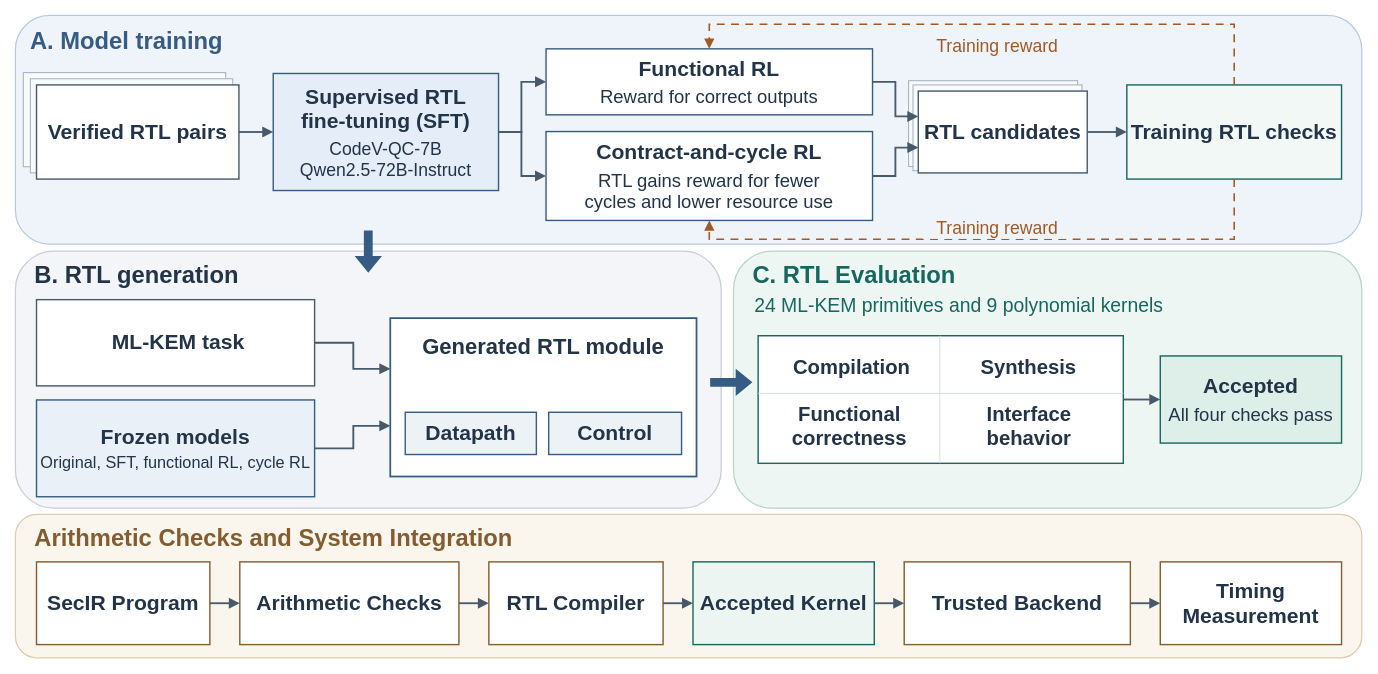
Earlier version of the draw.io diagram all/DAC2026/未命名绘图.drawio (ZKY6662017/iodraw-files). Source tidied: cells renumbered, new cells numbered last; positions are measured from the earlier drawing's top-left corner, leaving out a move shared by most shapes. Both pictures are drawn from the tidied source at 88%, with x=0, y=0 at pixel (15, 15).
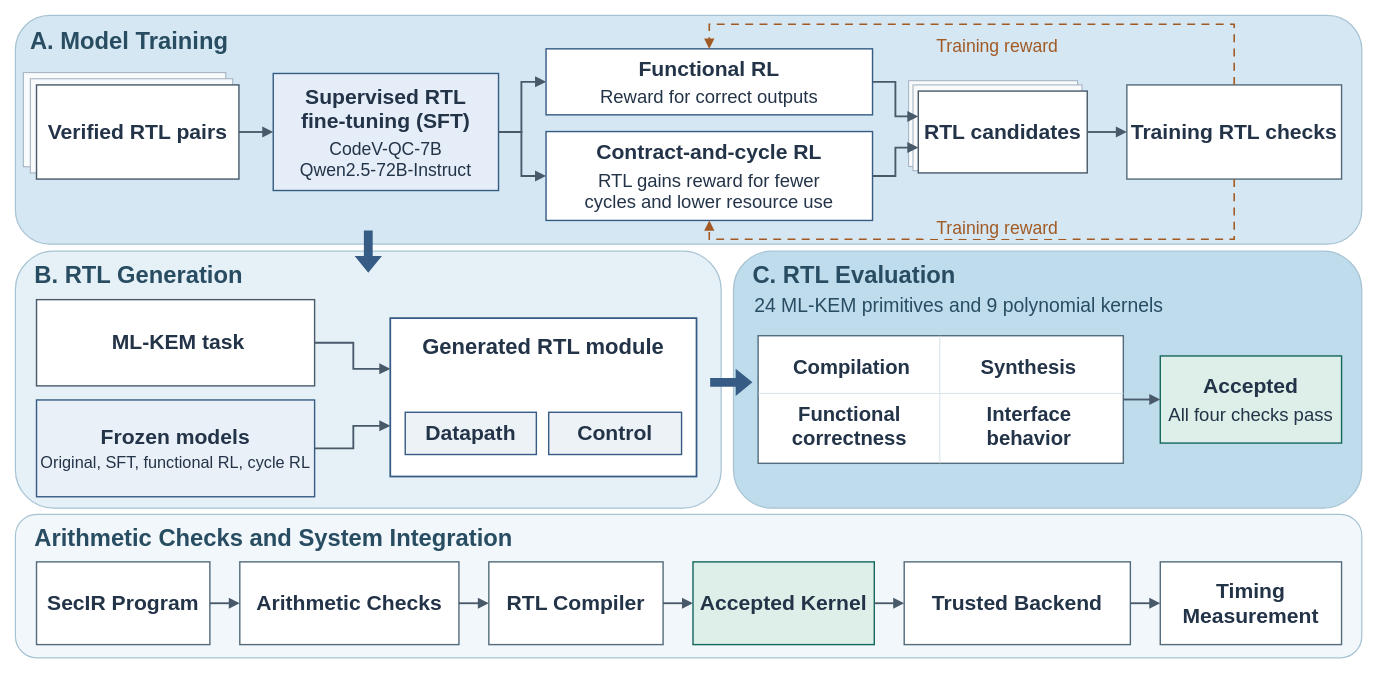
The same page after the edit.

Commit message:
Unify Fig. 2 panel backgrounds and acceptance colors

The edit, as a diff of the source:
```diff
@@
-    <mxCell id="2" style="rounded=1;html=1;whiteSpace=wrap;shadow=0;fontFamily=Arial;fontSize=22;fontColor=#233348;align=center;verticalAlign=middle;spacing=0;fillColor=#FFFFFF;strokeColor=#718395;strokeWidth=1.6;fillColor=#EFF4FA;strokeColor=#B7C9DF;strokeWidth=1.4;roundedPerimeter=1;" parent="1" vertex="1">
+    <mxCell id="2" style="rounded=1;html=1;whiteSpace=wrap;shadow=0;fontFamily=Arial;fontSize=22;fontColor=#233348;align=center;verticalAlign=middle;spacing=0;strokeWidth=1.6;strokeWidth=1.4;roundedPerimeter=1;fillColor=#D4E7F2;strokeColor=#A7C3D3;" parent="1" vertex="1">
       <mxGeometry width="1530" height="260" as="geometry" />
     </mxCell>
-    <mxCell id="3" value="A. Model training" style="rounded=0;html=1;whiteSpace=wrap;shadow=0;fontFamily=Arial;fontSize=22;fontColor=#233348;align=center;verticalAlign=middle;spacing=0;fillColor=#FFFFFF;strokeColor=#718395;strokeWidth=1.6;strokeColor=none;fillColor=none;fontSize=27;fontColor=#365B84;align=left;fontStyle=1;" parent="1" vertex="1">
+    <mxCell id="3" value="A. Model Training" style="rounded=0;html=1;whiteSpace=wrap;shadow=0;fontFamily=Arial;fontSize=22;align=center;verticalAlign=middle;spacing=0;fillColor=#FFFFFF;strokeColor=#718395;strokeWidth=1.6;strokeColor=none;fillColor=none;fontSize=27;align=left;fontStyle=1;fontColor=#284C61;" parent="1" vertex="1">
       <mxGeometry x="17" y="12" width="1486" height="35" as="geometry" />
     </mxCell>
-    <mxCell id="4" style="rounded=1;html=1;whiteSpace=wrap;shadow=0;fontFamily=Arial;fontSize=22;fontColor=#233348;align=center;verticalAlign=middle;spacing=0;fillColor=#FFFFFF;strokeColor=#718395;strokeWidth=1.6;fillColor=#F3F5F8;strokeColor=#C7CED7;strokeWidth=1.4;roundedPerimeter=1;" parent="1" vertex="1">
+    <mxCell id="4" style="rounded=1;html=1;whiteSpace=wrap;shadow=0;fontFamily=Arial;fontSize=22;fontColor=#233348;align=center;verticalAlign=middle;spacing=0;strokeWidth=1.6;strokeWidth=1.4;roundedPerimeter=1;fillColor=#E6F1F7;strokeColor=#A7C3D3;" parent="1" vertex="1">
       <mxGeometry y="268" width="802" height="292" as="geometry" />
     </mxCell>
-    <mxCell id="5" value="B. RTL generation" style="rounded=0;html=1;whiteSpace=wrap;shadow=0;fontFamily=Arial;fontSize=22;fontColor=#233348;align=center;verticalAlign=middle;spacing=0;fillColor=#FFFFFF;strokeColor=#718395;strokeWidth=1.6;strokeColor=none;fillColor=none;fontSize=27;fontColor=#233348;align=left;fontStyle=1;" parent="1" vertex="1">
+    <mxCell id="5" value="B. RTL Generation" style="rounded=0;html=1;whiteSpace=wrap;shadow=0;fontFamily=Arial;fontSize=22;align=center;verticalAlign=middle;spacing=0;fillColor=#FFFFFF;strokeColor=#718395;strokeWidth=1.6;strokeColor=none;fillColor=none;fontSize=27;align=left;fontStyle=1;fontColor=#284C61;" parent="1" vertex="1">
       <mxGeometry x="22" y="278" width="758" height="35" as="geometry" />
     </mxCell>
-    <mxCell id="6" style="rounded=1;html=1;whiteSpace=wrap;shadow=0;fontFamily=Arial;fontSize=22;fontColor=#233348;align=center;verticalAlign=middle;spacing=0;fillColor=#FFFFFF;strokeColor=#718395;strokeWidth=1.6;fillColor=#EEF6F3;strokeColor=#B8D3C9;strokeWidth=1.4;roundedPerimeter=1;glass=0;" parent="1" vertex="1">
+    <mxCell id="6" style="rounded=1;html=1;whiteSpace=wrap;shadow=0;fontFamily=Arial;fontSize=22;fontColor=#233348;align=center;verticalAlign=middle;spacing=0;strokeWidth=1.6;strokeWidth=1.4;roundedPerimeter=1;glass=0;fillColor=#BFDCEC;strokeColor=#A7C3D3;" parent="1" vertex="1">
       <mxGeometry x="816" y="268" width="714" height="292" as="geometry" />
     </mxCell>
-    <mxCell id="7" value="C. RTL Evaluation" style="rounded=0;html=1;whiteSpace=wrap;shadow=0;fontFamily=Arial;fontSize=22;fontColor=#233348;align=center;verticalAlign=middle;spacing=0;fillColor=#FFFFFF;strokeColor=#718395;strokeWidth=1.6;strokeColor=none;fillColor=none;fontSize=27;fontColor=#16675F;align=left;fontStyle=1;" parent="1" vertex="1">
+    <mxCell id="7" value="C. RTL Evaluation" style="rounded=0;html=1;whiteSpace=wrap;shadow=0;fontFamily=Arial;fontSize=22;align=center;verticalAlign=middle;spacing=0;fillColor=#FFFFFF;strokeColor=#718395;strokeWidth=1.6;strokeColor=none;fillColor=none;fontSize=27;align=left;fontStyle=1;fontColor=#284C61;" parent="1" vertex="1">
       <mxGeometry x="838" y="278" width="670" height="35" as="geometry" />
     </mxCell>
-    <mxCell id="8" style="rounded=1;html=1;whiteSpace=wrap;shadow=0;fontFamily=Arial;fontSize=22;fontColor=#233348;align=center;verticalAlign=middle;spacing=0;fillColor=#FFFFFF;strokeColor=#718395;strokeWidth=1.6;fillColor=#FBF6ED;strokeColor=#DCCBB0;strokeWidth=1.4;roundedPerimeter=1;" parent="1" vertex="1">
+    <mxCell id="8" style="rounded=1;html=1;whiteSpace=wrap;shadow=0;fontFamily=Arial;fontSize=22;fontColor=#233348;align=center;verticalAlign=middle;spacing=0;strokeWidth=1.6;strokeWidth=1.4;roundedPerimeter=1;fillColor=#F1F7FB;strokeColor=#A7C3D3;" parent="1" vertex="1">
       <mxGeometry y="567" width="1530" height="163" as="geometry" />
     </mxCell>
-    <mxCell id="9" value="Arithmetic Checks and System Integration" style="rounded=0;html=1;whiteSpace=wrap;shadow=0;fontFamily=Arial;fontSize=22;fontColor=#233348;align=center;verticalAlign=middle;spacing=0;fillColor=#FFFFFF;strokeColor=#718395;strokeWidth=1.6;strokeColor=none;fillColor=none;fontSize=27;fontColor=#845C2F;align=left;fontStyle=1;" parent="1" vertex="1">
+    <mxCell id="9" value="Arithmetic Checks and System Integration" style="rounded=0;html=1;whiteSpace=wrap;shadow=0;fontFamily=Arial;fontSize=22;align=center;verticalAlign=middle;spacing=0;fillColor=#FFFFFF;strokeColor=#718395;strokeWidth=1.6;strokeColor=none;fillColor=none;fontSize=27;align=left;fontStyle=1;fontColor=#284C61;" parent="1" vertex="1">
       <mxGeometry x="22" y="577" width="1486" height="35" as="geometry" />
     </mxCell>
@@
-    <mxCell id="18" value="&lt;b&gt;Training RTL checks&lt;/b&gt;" style="rounded=0;html=1;whiteSpace=wrap;shadow=0;fontFamily=Arial;fontSize=22;fontColor=#233348;align=center;verticalAlign=middle;spacing=0;fillColor=#FFFFFF;strokeColor=#718395;strokeWidth=1.6;strokeColor=#16675F;fillColor=#F2F8F6;fontSize=24;spacing=3;" parent="1" vertex="1">
+    <mxCell id="18" value="&lt;b&gt;Training RTL checks&lt;/b&gt;" style="rounded=0;html=1;whiteSpace=wrap;shadow=0;fontFamily=Arial;fontSize=22;fontColor=#233348;align=center;verticalAlign=middle;spacing=0;strokeWidth=1.6;fontSize=24;spacing=3;fillColor=#FFFFFF;strokeColor=#536B7A;" parent="1" vertex="1">
       <mxGeometry x="1263" y="79" width="244" height="107" as="geometry" />
     </mxCell>
@@
-    <mxCell id="28" value="Training reward" style="rounded=0;html=1;whiteSpace=wrap;shadow=0;fontFamily=Arial;fontSize=22;fontColor=#233348;align=center;verticalAlign=middle;spacing=0;fillColor=#FFFFFF;strokeColor=#718395;strokeWidth=1.6;strokeColor=none;fillColor=none;fontSize=20;fontColor=#A25A24;fillColor=#EFF4FA;" parent="1" vertex="1">
+    <mxCell id="28" value="Training reward" style="rounded=0;html=1;whiteSpace=wrap;shadow=0;fontFamily=Arial;fontSize=22;fontColor=#233348;align=center;verticalAlign=middle;spacing=0;strokeColor=#718395;strokeWidth=1.6;strokeColor=none;fontSize=20;fontColor=#A25A24;fillColor=#D4E7F2;" parent="1" vertex="1">
       <mxGeometry x="1031" y="20" width="170" height="27" as="geometry" />
     </mxCell>
-    <mxCell id="29" value="Training reward" style="rounded=0;html=1;whiteSpace=wrap;shadow=0;fontFamily=Arial;fontSize=22;fontColor=#233348;align=center;verticalAlign=middle;spacing=0;fillColor=#FFFFFF;strokeColor=#718395;strokeWidth=1.6;strokeColor=none;fillColor=none;fontSize=20;fontColor=#A25A24;fillColor=#EFF4FA;" parent="1" vertex="1">
+    <mxCell id="29" value="Training reward" style="rounded=0;html=1;whiteSpace=wrap;shadow=0;fontFamily=Arial;fontSize=22;fontColor=#233348;align=center;verticalAlign=middle;spacing=0;strokeColor=#718395;strokeWidth=1.6;strokeColor=none;fontSize=20;fontColor=#A25A24;fillColor=#D4E7F2;" parent="1" vertex="1">
       <mxGeometry x="1031" y="227" width="170" height="27" as="geometry" />
     </mxCell>
@@
-    <mxCell id="38" value="24 ML-KEM primitives and 9 polynomial kernels" style="rounded=0;html=1;whiteSpace=wrap;shadow=0;fontFamily=Arial;fontSize=22;fontColor=#233348;align=center;verticalAlign=middle;spacing=0;fillColor=#FFFFFF;strokeColor=#718395;strokeWidth=1.6;strokeColor=none;fillColor=none;fontSize=22;fontColor=#16675F;align=left;" parent="1" vertex="1">
+    <mxCell id="38" value="24 ML-KEM primitives and 9 polynomial kernels" style="rounded=0;html=1;whiteSpace=wrap;shadow=0;fontFamily=Arial;fontSize=22;align=center;verticalAlign=middle;spacing=0;fillColor=#FFFFFF;strokeColor=#718395;strokeWidth=1.6;strokeColor=none;fillColor=none;fontSize=22;align=left;fontColor=#284C61;" parent="1" vertex="1">
       <mxGeometry x="840" y="314" width="642" height="34" as="geometry" />
     </mxCell>
-    <mxCell id="39" style="rounded=0;html=1;whiteSpace=wrap;shadow=0;fontFamily=Arial;fontSize=22;fontColor=#233348;align=center;verticalAlign=middle;spacing=0;fillColor=#FFFFFF;strokeColor=#718395;strokeWidth=1.6;strokeColor=#16675F;strokeWidth=1.6;" parent="1" vertex="1">
+    <mxCell id="39" style="rounded=0;html=1;whiteSpace=wrap;shadow=0;fontFamily=Arial;fontSize=22;fontColor=#233348;align=center;verticalAlign=middle;spacing=0;fillColor=#FFFFFF;strokeWidth=1.6;strokeWidth=1.6;strokeColor=#536B7A;" parent="1" vertex="1">
       <mxGeometry x="844" y="364" width="415" height="145" as="geometry" />
     </mxCell>
@@
-    <mxCell id="42" style="rounded=0;html=1;whiteSpace=wrap;shadow=0;fontFamily=Arial;fontSize=22;fontColor=#233348;align=center;verticalAlign=middle;spacing=0;fillColor=#FFFFFF;strokeColor=#718395;strokeWidth=1.6;strokeColor=none;fillColor=#CDDCD6;" parent="1" vertex="1">
+    <mxCell id="42" style="rounded=0;html=1;whiteSpace=wrap;shadow=0;fontFamily=Arial;fontSize=22;fontColor=#233348;align=center;verticalAlign=middle;spacing=0;strokeColor=#718395;strokeWidth=1.6;strokeColor=none;fillColor=#D3DEE4;" parent="1" vertex="1">
       <mxGeometry x="844" y="429" width="415" height="1" as="geometry" />
     </mxCell>
-    <mxCell id="43" style="rounded=0;html=1;whiteSpace=wrap;shadow=0;fontFamily=Arial;fontSize=22;fontColor=#233348;align=center;verticalAlign=middle;spacing=0;fillColor=#FFFFFF;strokeColor=#718395;strokeWidth=1.6;strokeColor=none;fillColor=#CDDCD6;" parent="1" vertex="1">
+    <mxCell id="43" style="rounded=0;html=1;whiteSpace=wrap;shadow=0;fontFamily=Arial;fontSize=22;fontColor=#233348;align=center;verticalAlign=middle;spacing=0;strokeColor=#718395;strokeWidth=1.6;strokeColor=none;fillColor=#D3DEE4;" parent="1" vertex="1">
       <mxGeometry x="1050" y="364" width="1" height="145" as="geometry" />
     </mxCell>
@@
-    <mxCell id="46" value="&lt;b&gt;Accepted&lt;/b&gt;&lt;div style=&quot;font-size:21px;line-height:1.18;margin-top:5px&quot;&gt;All four checks pass&lt;/div&gt;" style="rounded=0;html=1;whiteSpace=wrap;shadow=0;fontFamily=Arial;fontSize=22;fontColor=#233348;align=center;verticalAlign=middle;spacing=0;fillColor=#FFFFFF;strokeColor=#718395;strokeWidth=1.6;strokeColor=#16675F;fillColor=#DDEFE8;fontSize=24;spacing=3;" parent="1" vertex="1">
+    <mxCell id="46" value="&lt;b&gt;Accepted&lt;/b&gt;&lt;div style=&quot;font-size:21px;line-height:1.18;margin-top:5px&quot;&gt;All four checks pass&lt;/div&gt;" style="rounded=0;html=1;whiteSpace=wrap;shadow=0;fontFamily=Arial;fontSize=22;fontColor=#233348;align=center;verticalAlign=middle;spacing=0;strokeWidth=1.6;fontSize=24;spacing=3;fillColor=#DDEFE8;strokeColor=#16675F;" parent="1" vertex="1">
       <mxGeometry x="1301" y="387" width="206" height="99" as="geometry" />
     </mxCell>
@@
-    <mxCell id="48" value="&lt;b&gt;SecIR Program&lt;/b&gt;" style="rounded=0;html=1;whiteSpace=wrap;shadow=0;fontFamily=Arial;fontSize=22;fontColor=#233348;align=center;verticalAlign=middle;spacing=0;fillColor=#FFFFFF;strokeColor=#718395;strokeWidth=1.6;strokeColor=#845C2F;fillColor=#FFFFFF;fontSize=24;spacing=3;" parent="1" vertex="1">
+    <mxCell id="48" value="&lt;b&gt;SecIR Program&lt;/b&gt;" style="rounded=0;html=1;whiteSpace=wrap;shadow=0;fontFamily=Arial;fontSize=22;fontColor=#233348;align=center;verticalAlign=middle;spacing=0;fillColor=#FFFFFF;strokeWidth=1.6;fillColor=#FFFFFF;fontSize=24;spacing=3;strokeColor=#536B7A;" parent="1" vertex="1">
       <mxGeometry x="24" y="621" width="197" height="94" as="geometry" />
     </mxCell>
-    <mxCell id="49" value="&lt;b&gt;Arithmetic Checks&lt;/b&gt;" style="rounded=0;html=1;whiteSpace=wrap;shadow=0;fontFamily=Arial;fontSize=22;fontColor=#233348;align=center;verticalAlign=middle;spacing=0;fillColor=#FFFFFF;strokeColor=#718395;strokeWidth=1.6;strokeColor=#845C2F;fillColor=#FFFFFF;fontSize=24;spacing=3;" parent="1" vertex="1">
+    <mxCell id="49" value="&lt;b&gt;Arithmetic Checks&lt;/b&gt;" style="rounded=0;html=1;whiteSpace=wrap;shadow=0;fontFamily=Arial;fontSize=22;fontColor=#233348;align=center;verticalAlign=middle;spacing=0;fillColor=#FFFFFF;strokeWidth=1.6;fillColor=#FFFFFF;fontSize=24;spacing=3;strokeColor=#536B7A;" parent="1" vertex="1">
       <mxGeometry x="255" y="621" width="249" height="94" as="geometry" />
     </mxCell>
-    <mxCell id="50" value="&lt;b&gt;RTL Compiler&lt;/b&gt;" style="rounded=0;html=1;whiteSpace=wrap;shadow=0;fontFamily=Arial;fontSize=22;fontColor=#233348;align=center;verticalAlign=middle;spacing=0;fillColor=#FFFFFF;strokeColor=#718395;strokeWidth=1.6;strokeColor=#845C2F;fillColor=#FFFFFF;fontSize=24;spacing=3;" parent="1" vertex="1">
+    <mxCell id="50" value="&lt;b&gt;RTL Compiler&lt;/b&gt;" style="rounded=0;html=1;whiteSpace=wrap;shadow=0;fontFamily=Arial;fontSize=22;fontColor=#233348;align=center;verticalAlign=middle;spacing=0;fillColor=#FFFFFF;strokeWidth=1.6;fillColor=#FFFFFF;fontSize=24;spacing=3;strokeColor=#536B7A;" parent="1" vertex="1">
       <mxGeometry x="538" y="621" width="198" height="94" as="geometry" />
     </mxCell>
-    <mxCell id="51" value="&lt;b&gt;Accepted Kernel&lt;/b&gt;" style="rounded=0;html=1;whiteSpace=wrap;shadow=0;fontFamily=Arial;fontSize=22;fontColor=#233348;align=center;verticalAlign=middle;spacing=0;fillColor=#FFFFFF;strokeColor=#718395;strokeWidth=1.6;strokeColor=#16675F;fillColor=#ECF5F1;fontSize=24;spacing=3;" parent="1" vertex="1">
+    <mxCell id="51" value="&lt;b&gt;Accepted Kernel&lt;/b&gt;" style="rounded=0;html=1;whiteSpace=wrap;shadow=0;fontFamily=Arial;fontSize=22;fontColor=#233348;align=center;verticalAlign=middle;spacing=0;strokeWidth=1.6;fontSize=24;spacing=3;fillColor=#DDEFE8;strokeColor=#16675F;" parent="1" vertex="1">
       <mxGeometry x="770" y="621" width="206" height="94" as="geometry" />
     </mxCell>
-    <mxCell id="52" value="&lt;b&gt;Trusted Backend&lt;/b&gt;" style="rounded=0;html=1;whiteSpace=wrap;shadow=0;fontFamily=Arial;fontSize=22;fontColor=#233348;align=center;verticalAlign=middle;spacing=0;fillColor=#FFFFFF;strokeColor=#718395;strokeWidth=1.6;strokeColor=#845C2F;fillColor=#FFFFFF;fontSize=24;spacing=3;" parent="1" vertex="1">
+    <mxCell id="52" value="&lt;b&gt;Trusted Backend&lt;/b&gt;" style="rounded=0;html=1;whiteSpace=wrap;shadow=0;fontFamily=Arial;fontSize=22;fontColor=#233348;align=center;verticalAlign=middle;spacing=0;fillColor=#FFFFFF;strokeWidth=1.6;fillColor=#FFFFFF;fontSize=24;spacing=3;strokeColor=#536B7A;" parent="1" vertex="1">
       <mxGeometry x="1010" y="621" width="257" height="94" as="geometry" />
     </mxCell>
-    <mxCell id="53" value="&lt;b&gt;Timing Measurement&lt;/b&gt;" style="rounded=0;html=1;whiteSpace=wrap;shadow=0;fontFamily=Arial;fontSize=22;fontColor=#233348;align=center;verticalAlign=middle;spacing=0;fillColor=#FFFFFF;strokeColor=#718395;strokeWidth=1.6;strokeColor=#845C2F;fillColor=#FFFFFF;fontSize=24;spacing=3;" parent="1" vertex="1">
+    <mxCell id="53" value="&lt;b&gt;Timing Measurement&lt;/b&gt;" style="rounded=0;html=1;whiteSpace=wrap;shadow=0;fontFamily=Arial;fontSize=22;fontColor=#233348;align=center;verticalAlign=middle;spacing=0;fillColor=#FFFFFF;strokeWidth=1.6;fillColor=#FFFFFF;fontSize=24;spacing=3;strokeColor=#536B7A;" parent="1" vertex="1">
       <mxGeometry x="1301" y="621" width="206" height="94" as="geometry" />
     </mxCell>
```
